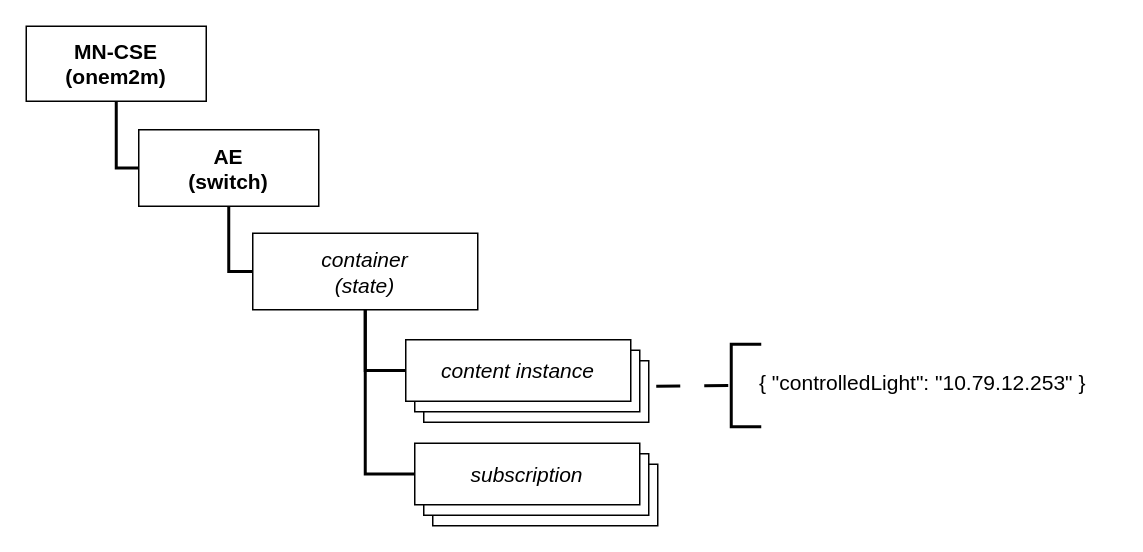
daniel-carreira/smart-lighting-onem2m keeps this draw.io diagram as page "Smart Switch" (3 of 3) of assets/diagrams.drawio. Above is the earlier version. Source tidied: cells renumbered, new cells numbered last; positions are measured from the earlier drawing's top-left corner, leaving out a move shared by most shapes. Both pictures are drawn from the tidied source at 150%, with x=0, y=0 at pixel (26, 26).
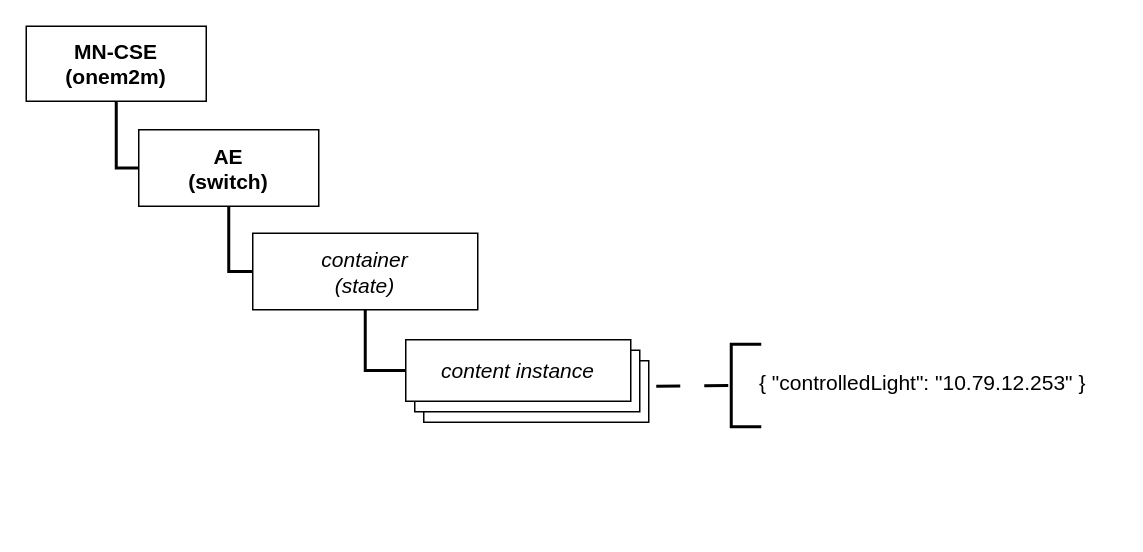
After the change.

Unchanged cells that the change refers to:
```xml
<mxCell id="9" value="&lt;span style=&quot;font-weight: normal;&quot;&gt;&lt;i&gt;container&lt;br&gt;(state)&lt;/i&gt;&lt;br&gt;&lt;/span&gt;" style="rounded=0;whiteSpace=wrap;html=1;fontStyle=1;fontSize=14;" parent="1" vertex="1">
  <mxGeometry x="151" y="138" width="150" height="51" as="geometry" />
</mxCell>
```

The edit, as a diff of the source:
```diff
@@
-    <mxCell id="11" value="&lt;span style=&quot;font-weight: normal;&quot;&gt;&lt;br&gt;&lt;/span&gt;" style="rounded=0;whiteSpace=wrap;html=1;fontStyle=1;fontSize=14;" parent="1" vertex="1">
-      <mxGeometry x="271" y="292" width="150" height="41" as="geometry" />
-    </mxCell>
-    <mxCell id="12" value="&lt;span style=&quot;font-weight: normal;&quot;&gt;&lt;br&gt;&lt;/span&gt;" style="rounded=0;whiteSpace=wrap;html=1;fontStyle=1;fontSize=14;" parent="1" vertex="1">
-      <mxGeometry x="265" y="285" width="150" height="41" as="geometry" />
-    </mxCell>
-    <mxCell id="13" style="edgeStyle=orthogonalEdgeStyle;rounded=0;jettySize=auto;html=1;entryX=0.5;entryY=1;entryDx=0;entryDy=0;strokeWidth=2;endArrow=none;endFill=0;" parent="1" edge="1" source="14" target="9">
-      <mxGeometry relative="1" as="geometry">
-        <Array as="points">
-          <mxPoint x="226" y="299" />
-        </Array>
-      </mxGeometry>
-    </mxCell>
-    <mxCell id="14" value="&lt;span style=&quot;font-weight: 400;&quot;&gt;&lt;i&gt;subscription&lt;/i&gt;&lt;/span&gt;" style="rounded=0;whiteSpace=wrap;html=1;fontStyle=1;fontSize=14;" parent="1" vertex="1">
-      <mxGeometry x="259" y="278" width="150" height="41" as="geometry" />
-    </mxCell>
```
